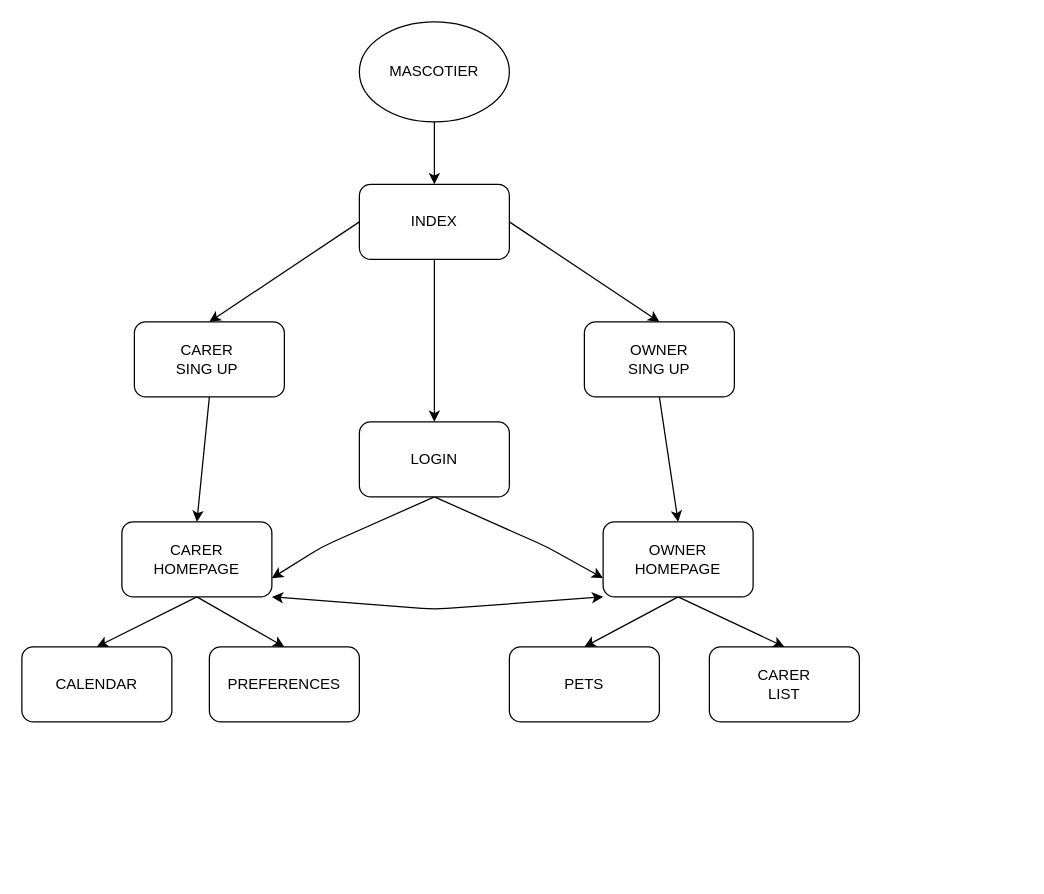
Before: Docs/SiteMap/SiteMap.drawio in iagogonzalezborines/MascoTier_Project, a draw.io diagram. Source tidied: cells renumbered, new cells numbered last; positions are measured from the earlier drawing's top-left corner, leaving out a move shared by most shapes. Both pictures are drawn from the tidied source at 125%, with x=0, y=0 at pixel (21, 21).
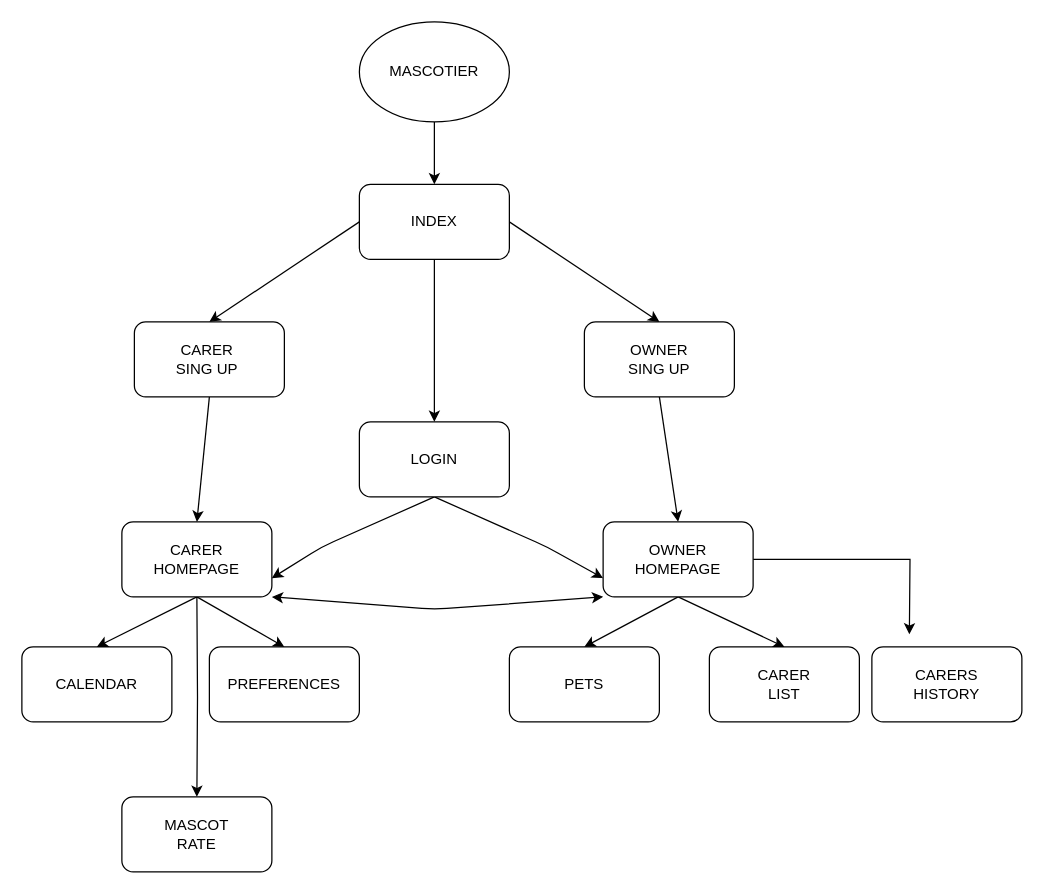
The same diagram, later.

Unchanged cells that the change refers to:
```xml
<mxCell id="14" value="OWNER&lt;br&gt;HOMEPAGE" style="rounded=1;whiteSpace=wrap;html=1;" parent="1" vertex="1">
  <mxGeometry x="465" y="400" width="120" height="60" as="geometry" />
</mxCell>
```

What changed in the source:
```diff
@@
+    <mxCell id="26" style="edgeStyle=orthogonalEdgeStyle;rounded=0;jettySize=auto;html=1;" parent="1" edge="1" source="14">
+      <mxGeometry relative="1" as="geometry">
+        <mxPoint x="710" y="490" as="targetPoint" />
+      </mxGeometry>
+    </mxCell>
@@
+    <mxCell id="27" value="CARERS&lt;br&gt;HISTORY" style="rounded=1;whiteSpace=wrap;html=1;" parent="1" vertex="1">
+      <mxGeometry x="680" y="500" width="120" height="60" as="geometry" />
+    </mxCell>
+    <mxCell id="28" style="edgeStyle=orthogonalEdgeStyle;rounded=0;jettySize=auto;html=1;" parent="1" edge="1" target="29">
+      <mxGeometry relative="1" as="geometry">
+        <mxPoint x="140" y="460" as="sourcePoint" />
+      </mxGeometry>
+    </mxCell>
+    <mxCell id="29" value="MASCOT&lt;br&gt;RATE" style="rounded=1;whiteSpace=wrap;html=1;" parent="1" vertex="1">
+      <mxGeometry x="80" y="620" width="120" height="60" as="geometry" />
+    </mxCell>
```
